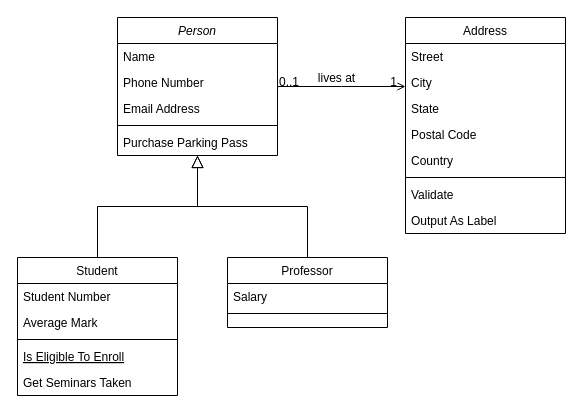
Above: Диаграмма без названия.drawio in ADkii-q/Flowchart-Maker (draw.io), before the change. Source tidied: cells renumbered, new cells numbered last; positions are measured from the earlier drawing's top-left corner, leaving out a move shared by most shapes. Both pictures are drawn from the tidied source at 100%, with x=0, y=0 at pixel (17, 17).
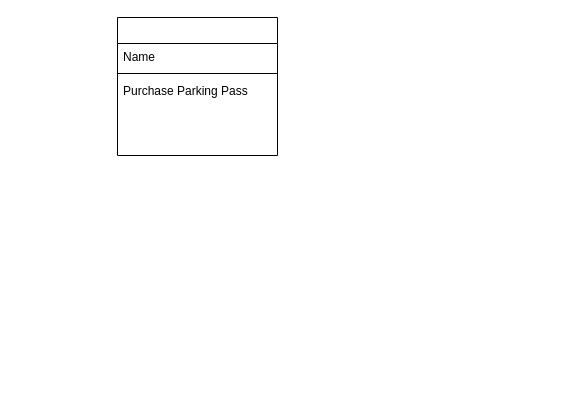
The same diagram, later.

Change to the diagram source:
```diff
@@
-    <mxCell id="2" value="Person" style="swimlane;fontStyle=2;align=center;verticalAlign=top;horizontal=1;startSize=26;rounded=0;shadow=0;strokeWidth=1;" parent="1" vertex="1">
+    <mxCell id="2" style="swimlane;fontStyle=2;align=center;verticalAlign=top;horizontal=1;startSize=26;rounded=0;shadow=0;strokeWidth=1;" parent="1" vertex="1">
       <mxGeometry x="100" width="160" height="138" as="geometry" />
     </mxCell>
@@
-    <mxCell id="4" value="Phone Number" style="text;align=left;verticalAlign=top;spacingLeft=4;spacingRight=4;overflow=hidden;rounded=0;shadow=0;html=0;" parent="2" vertex="1">
-      <mxGeometry y="52" width="160" height="26" as="geometry" />
-    </mxCell>
-    <mxCell id="5" value="Email Address" style="text;align=left;verticalAlign=top;spacingLeft=4;spacingRight=4;overflow=hidden;rounded=0;shadow=0;html=0;" parent="2" vertex="1">
-      <mxGeometry y="78" width="160" height="26" as="geometry" />
-    </mxCell>
     <mxCell id="6" style="line;html=1;strokeWidth=1;align=left;verticalAlign=middle;spacingTop=-1;spacingLeft=3;spacingRight=3;labelPosition=right;" parent="2" vertex="1">
-      <mxGeometry y="104" width="160" height="8" as="geometry" />
+      <mxGeometry y="52" width="160" height="8" as="geometry" />
     </mxCell>
     <mxCell id="7" value="Purchase Parking Pass" style="text;align=left;verticalAlign=top;spacingLeft=4;spacingRight=4;overflow=hidden;" parent="2" vertex="1">
-      <mxGeometry y="112" width="160" height="26" as="geometry" />
+      <mxGeometry y="60" width="160" height="26" as="geometry" />
     </mxCell>
-    <mxCell id="8" value="Student" style="swimlane;fontStyle=0;align=center;verticalAlign=top;horizontal=1;startSize=26;rounded=0;shadow=0;strokeWidth=1;" parent="1" vertex="1">
-      <mxGeometry y="240" width="160" height="138" as="geometry" />
-    </mxCell>
-    <mxCell id="9" value="Student Number" style="text;align=left;verticalAlign=top;spacingLeft=4;spacingRight=4;overflow=hidden;" parent="8" vertex="1">
-      <mxGeometry y="26" width="160" height="26" as="geometry" />
-    </mxCell>
-    <mxCell id="10" value="Average Mark" style="text;align=left;verticalAlign=top;spacingLeft=4;spacingRight=4;overflow=hidden;rounded=0;shadow=0;html=0;" parent="8" vertex="1">
-      <mxGeometry y="52" width="160" height="26" as="geometry" />
-    </mxCell>
-    <mxCell id="11" style="line;html=1;strokeWidth=1;align=left;verticalAlign=middle;spacingTop=-1;spacingLeft=3;spacingRight=3;labelPosition=right;" parent="8" vertex="1">
-      <mxGeometry y="78" width="160" height="8" as="geometry" />
-    </mxCell>
-    <mxCell id="12" value="Is Eligible To Enroll" style="text;align=left;verticalAlign=top;spacingLeft=4;spacingRight=4;overflow=hidden;fontStyle=4;" parent="8" vertex="1">
-      <mxGeometry y="86" width="160" height="26" as="geometry" />
-    </mxCell>
-    <mxCell id="13" value="Get Seminars Taken" style="text;align=left;verticalAlign=top;spacingLeft=4;spacingRight=4;overflow=hidden;" parent="8" vertex="1">
-      <mxGeometry y="112" width="160" height="26" as="geometry" />
-    </mxCell>
-    <mxCell id="14" style="endArrow=block;endSize=10;endFill=0;shadow=0;strokeWidth=1;rounded=0;edgeStyle=elbowEdgeStyle;elbow=vertical;" parent="1" edge="1" source="8" target="2">
-      <mxGeometry relative="1" as="geometry" />
-    </mxCell>
-    <mxCell id="15" value="Professor" style="swimlane;fontStyle=0;align=center;verticalAlign=top;horizontal=1;startSize=26;rounded=0;shadow=0;strokeWidth=1;" parent="1" vertex="1">
-      <mxGeometry x="210" y="240" width="160" height="70" as="geometry" />
-    </mxCell>
-    <mxCell id="16" value="Salary" style="text;align=left;verticalAlign=top;spacingLeft=4;spacingRight=4;overflow=hidden;" parent="15" vertex="1">
-      <mxGeometry y="26" width="160" height="26" as="geometry" />
-    </mxCell>
-    <mxCell id="17" style="line;html=1;strokeWidth=1;align=left;verticalAlign=middle;spacingTop=-1;spacingLeft=3;spacingRight=3;labelPosition=right;" parent="15" vertex="1">
-      <mxGeometry y="52" width="160" height="8" as="geometry" />
-    </mxCell>
-    <mxCell id="18" style="endArrow=block;endSize=10;endFill=0;shadow=0;strokeWidth=1;rounded=0;edgeStyle=elbowEdgeStyle;elbow=vertical;" parent="1" edge="1" source="15" target="2">
-      <mxGeometry relative="1" as="geometry" />
-    </mxCell>
-    <mxCell id="19" value="Address" style="swimlane;fontStyle=0;align=center;verticalAlign=top;horizontal=1;startSize=26;rounded=0;shadow=0;strokeWidth=1;" parent="1" vertex="1">
-      <mxGeometry x="388" width="160" height="216" as="geometry" />
-    </mxCell>
-    <mxCell id="20" value="Street" style="text;align=left;verticalAlign=top;spacingLeft=4;spacingRight=4;overflow=hidden;" parent="19" vertex="1">
-      <mxGeometry y="26" width="160" height="26" as="geometry" />
-    </mxCell>
-    <mxCell id="21" value="City" style="text;align=left;verticalAlign=top;spacingLeft=4;spacingRight=4;overflow=hidden;rounded=0;shadow=0;html=0;" parent="19" vertex="1">
-      <mxGeometry y="52" width="160" height="26" as="geometry" />
-    </mxCell>
-    <mxCell id="22" value="State" style="text;align=left;verticalAlign=top;spacingLeft=4;spacingRight=4;overflow=hidden;rounded=0;shadow=0;html=0;" parent="19" vertex="1">
-      <mxGeometry y="78" width="160" height="26" as="geometry" />
-    </mxCell>
-    <mxCell id="23" value="Postal Code" style="text;align=left;verticalAlign=top;spacingLeft=4;spacingRight=4;overflow=hidden;rounded=0;shadow=0;html=0;" parent="19" vertex="1">
-      <mxGeometry y="104" width="160" height="26" as="geometry" />
-    </mxCell>
-    <mxCell id="24" value="Country" style="text;align=left;verticalAlign=top;spacingLeft=4;spacingRight=4;overflow=hidden;rounded=0;shadow=0;html=0;" parent="19" vertex="1">
-      <mxGeometry y="130" width="160" height="26" as="geometry" />
-    </mxCell>
-    <mxCell id="25" style="line;html=1;strokeWidth=1;align=left;verticalAlign=middle;spacingTop=-1;spacingLeft=3;spacingRight=3;labelPosition=right;" parent="19" vertex="1">
-      <mxGeometry y="156" width="160" height="8" as="geometry" />
-    </mxCell>
-    <mxCell id="26" value="Validate" style="text;align=left;verticalAlign=top;spacingLeft=4;spacingRight=4;overflow=hidden;" parent="19" vertex="1">
-      <mxGeometry y="164" width="160" height="26" as="geometry" />
-    </mxCell>
-    <mxCell id="27" value="Output As Label" style="text;align=left;verticalAlign=top;spacingLeft=4;spacingRight=4;overflow=hidden;" parent="19" vertex="1">
-      <mxGeometry y="190" width="160" height="26" as="geometry" />
-    </mxCell>
-    <mxCell id="28" style="endArrow=open;shadow=0;strokeWidth=1;rounded=0;endFill=1;edgeStyle=elbowEdgeStyle;elbow=vertical;" parent="1" edge="1" source="2" target="19">
-      <mxGeometry x="0.5" y="41" relative="1" as="geometry">
-        <mxPoint x="-40" y="32" as="offset" />
-      </mxGeometry>
-    </mxCell>
-    <mxCell id="29" value="0..1" style="align=left;verticalAlign=bottom;labelBackgroundColor=none;fontSize=12;" parent="28" vertex="1">
-      <mxGeometry x="-1" relative="1" as="geometry">
-        <mxPoint y="4" as="offset" />
-      </mxGeometry>
-    </mxCell>
-    <mxCell id="30" value="1" style="align=right;verticalAlign=bottom;labelBackgroundColor=none;fontSize=12;" parent="28" vertex="1">
-      <mxGeometry x="1" relative="1" as="geometry">
-        <mxPoint x="-7" y="4" as="offset" />
-      </mxGeometry>
-    </mxCell>
-    <mxCell id="31" value="lives at" style="text;html=1;align=center;verticalAlign=middle;labelBackgroundColor=none;rounded=0;shadow=0;strokeWidth=1;fontSize=12;" parent="28" vertex="1">
-      <mxGeometry x="0.5" y="49" relative="1" as="geometry">
-        <mxPoint x="-38" y="40" as="offset" />
-      </mxGeometry>
-    </mxCell>
```
